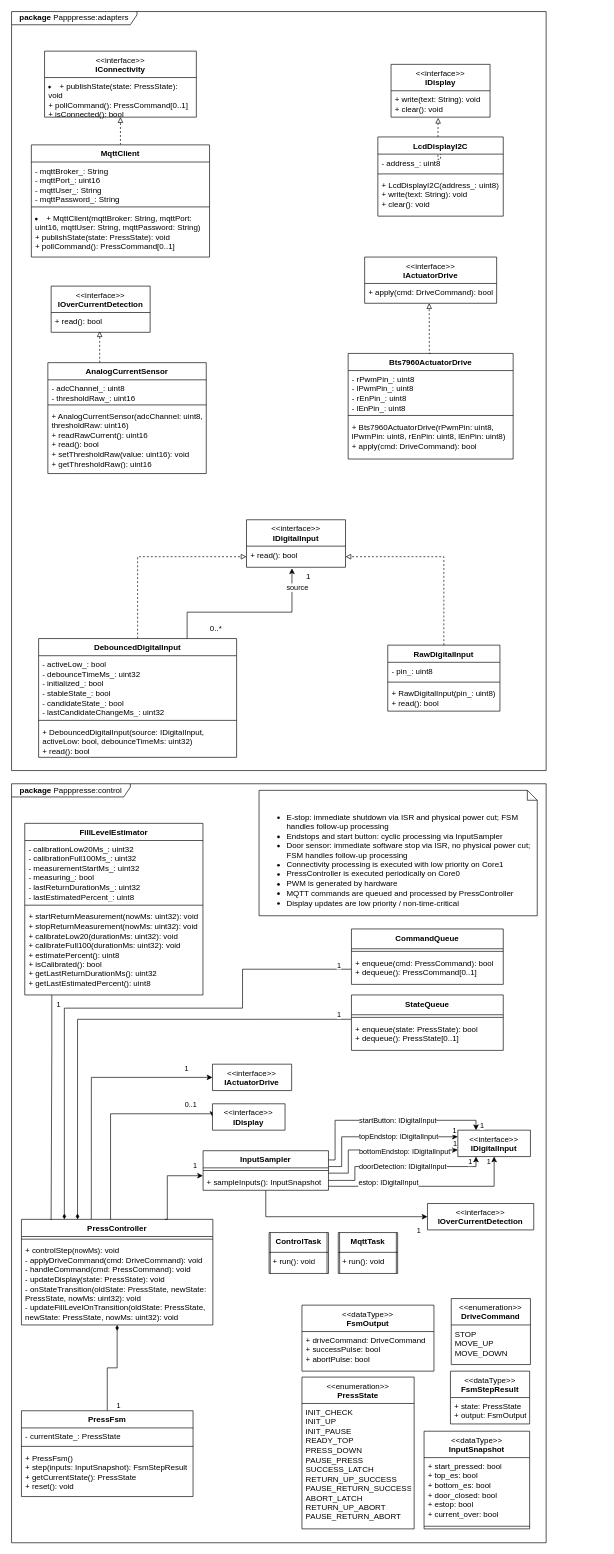
Above: diagrams/class diagramm Papppresse.drawio in niklasdathe/Papppresse (draw.io), before the change. Source tidied: cells renumbered, new cells numbered last; positions are measured from the earlier drawing's top-left corner, leaving out a move shared by most shapes. Both pictures are drawn from the tidied source at 66%, with x=0, y=0 at pixel (11, 11).
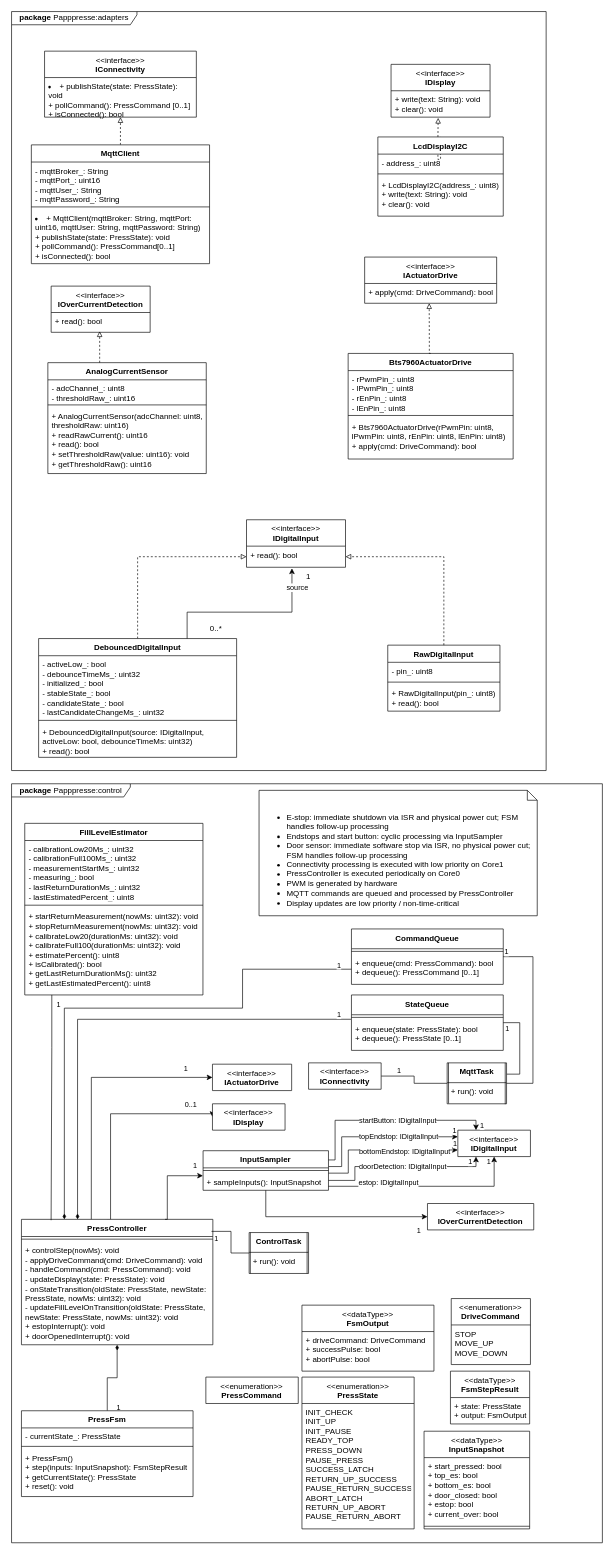
After the change.

The change refers to these unchanged cells:
```xml
<mxCell id="2" value="&lt;b&gt;package&amp;nbsp;&lt;/b&gt;Papppresse:adapters" style="shape=umlFrame;whiteSpace=wrap;html=1;width=190;height=20;" parent="1" vertex="1">
  <mxGeometry width="810" height="1150" as="geometry" />
</mxCell>
<mxCell id="38" value="&lt;div&gt;&lt;span style=&quot;font-weight: 400;&quot;&gt;&amp;lt;&amp;lt;interface&amp;gt;&amp;gt;&lt;/span&gt;&lt;/div&gt;IConnectivity" style="swimlane;fontStyle=1;align=center;verticalAlign=top;horizontal=1;startSize=40;whiteSpace=wrap;html=1;" parent="2" vertex="1">
  <mxGeometry x="50" y="60" width="230" height="100" as="geometry" />
</mxCell>
<mxCell id="78" value="&lt;div&gt;&lt;span style=&quot;background-color: transparent; color: light-dark(rgb(0, 0, 0), rgb(255, 255, 255));&quot;&gt;CommandQueue&lt;/span&gt;&lt;/div&gt;" style="swimlane;fontStyle=1;align=center;verticalAlign=top;horizontal=1;startSize=30;whiteSpace=wrap;html=1;" parent="47" vertex="1">
  <mxGeometry x="515" y="220" width="230" height="84" as="geometry" />
</mxCell>
<mxCell id="110" value="&lt;div&gt;&lt;span style=&quot;background-color: transparent; color: light-dark(rgb(0, 0, 0), rgb(255, 255, 255));&quot;&gt;StateQueue&lt;/span&gt;&lt;/div&gt;" style="swimlane;fontStyle=1;align=center;verticalAlign=top;horizontal=1;startSize=30;whiteSpace=wrap;html=1;" parent="47" vertex="1">
  <mxGeometry x="515" y="320" width="230" height="84" as="geometry" />
</mxCell>
```

Diff of the diagram source:
```diff
@@
     <mxCell id="34" value="MqttClient" style="swimlane;fontStyle=1;align=center;verticalAlign=top;horizontal=1;startSize=26;whiteSpace=wrap;html=1;" parent="2" vertex="1">
-      <mxGeometry x="30" y="202" width="270" height="170" as="geometry" />
+      <mxGeometry x="30" y="202" width="270" height="180" as="geometry" />
     </mxCell>
@@
-    <mxCell id="37" value="&lt;li&gt;+ MqttClient(mqttBroker: String, mqttPort: uint16, mqttUser: String, mqttPassword: String)&lt;br&gt;+ publishState(state: PressState): void&lt;br&gt;+ pollCommand(): PressCommand[0..1]&lt;/li&gt;" style="text;strokeColor=none;fillColor=none;align=left;verticalAlign=top;spacingLeft=4;spacingRight=4;overflow=hidden;whiteSpace=wrap;html=1;" parent="34" vertex="1">
-      <mxGeometry y="98" width="270" height="72" as="geometry" />
+    <mxCell id="37" value="&lt;li&gt;+ MqttClient(mqttBroker: String, mqttPort: uint16, mqttUser: String, mqttPassword: String)&lt;br&gt;+ publishState(state: PressState): void&lt;br&gt;+ pollCommand(): PressCommand[0..1]&lt;br&gt;+ isConnected(): bool&lt;/li&gt;" style="text;strokeColor=none;fillColor=none;align=left;verticalAlign=top;spacingLeft=4;spacingRight=4;overflow=hidden;whiteSpace=wrap;html=1;" parent="34" vertex="1">
+      <mxGeometry y="98" width="270" height="82" as="geometry" />
     </mxCell>
@@
-    <mxCell id="39" value="&lt;li&gt;+ publishState(state: PressState): void&lt;br&gt;+ pollCommand(): PressCommand[0..1]&lt;br&gt;+ isConnected(): bool&lt;/li&gt;" style="text;strokeColor=none;fillColor=none;align=left;verticalAlign=top;spacingLeft=4;spacingRight=4;overflow=hidden;whiteSpace=wrap;html=1;" parent="38" vertex="1">
+    <mxCell id="39" value="&lt;li&gt;+ publishState(state: PressState): void&lt;br&gt;+ pollCommand(): PressCommand [0..1]&lt;br&gt;+ isConnected(): bool&lt;/li&gt;" style="text;strokeColor=none;fillColor=none;align=left;verticalAlign=top;spacingLeft=4;spacingRight=4;overflow=hidden;whiteSpace=wrap;html=1;" parent="38" vertex="1">
       <mxGeometry y="40" width="230" height="60" as="geometry" />
     </mxCell>
@@
     <mxCell id="47" value="&lt;b&gt;package&amp;nbsp;&lt;/b&gt;Papppresse:control" style="shape=umlFrame;whiteSpace=wrap;html=1;width=180;height=20;" parent="1" vertex="1">
-      <mxGeometry y="1170" width="810" height="1150" as="geometry" />
+      <mxGeometry y="1170" width="895.2" height="1150" as="geometry" />
     </mxCell>
@@
     <mxCell id="55" value="PressController" style="swimlane;fontStyle=1;align=center;verticalAlign=top;horizontal=1;startSize=26;whiteSpace=wrap;html=1;strokeWidth=1;" parent="47" vertex="1">
-      <mxGeometry x="15" y="660" width="290" height="160" as="geometry" />
+      <mxGeometry x="15" y="660" width="290" height="190" as="geometry" />
     </mxCell>
@@
-    <mxCell id="57" value="+ controlStep(&lt;span style=&quot;font-size: 11px; text-wrap-mode: nowrap; background-color: rgb(255, 255, 255);&quot;&gt;nowMs&lt;/span&gt;): void&lt;br&gt;- applyDriveCommand(cmd: DriveCommand): void&lt;br&gt;- handleCommand(cmd: PressCommand): void&lt;br&gt;- updateDisplay(state: PressState): void&lt;br&gt;&lt;div&gt;- onStateTransition(oldState: PressState, newState: PressState,&amp;nbsp;&lt;span style=&quot;background-color: transparent; color: light-dark(rgb(0, 0, 0), rgb(255, 255, 255));&quot;&gt;nowMs: uint32&lt;/span&gt;&lt;span style=&quot;background-color: transparent; color: light-dark(rgb(0, 0, 0), rgb(255, 255, 255));&quot;&gt;): void&lt;/span&gt;&lt;/div&gt;&lt;div&gt;- updateFillLevelOnTransition(oldState: PressState, newState: PressState, nowMs: uint32): void&lt;/div&gt;" style="text;strokeColor=none;fillColor=none;align=left;verticalAlign=top;spacingLeft=4;spacingRight=4;overflow=hidden;whiteSpace=wrap;html=1;strokeWidth=2;" parent="55" vertex="1">
-      <mxGeometry y="34" width="290" height="126" as="geometry" />
+    <mxCell id="57" value="+ controlStep(&lt;span style=&quot;font-size: 11px; text-wrap-mode: nowrap; background-color: rgb(255, 255, 255);&quot;&gt;nowMs&lt;/span&gt;): void&lt;br&gt;- applyDriveCommand(cmd: DriveCommand): void&lt;br&gt;- handleCommand(cmd: PressCommand): void&lt;br&gt;- updateDisplay(state: PressState): void&lt;br&gt;&lt;div&gt;- onStateTransition(oldState: PressState, newState: PressState,&amp;nbsp;&lt;span style=&quot;background-color: transparent; color: light-dark(rgb(0, 0, 0), rgb(255, 255, 255));&quot;&gt;nowMs: uint32&lt;/span&gt;&lt;span style=&quot;background-color: transparent; color: light-dark(rgb(0, 0, 0), rgb(255, 255, 255));&quot;&gt;): void&lt;/span&gt;&lt;/div&gt;&lt;div&gt;- updateFillLevelOnTransition(oldState: PressState, newState: PressState, nowMs: uint32): void&lt;/div&gt;&lt;div&gt;+ estopInterrupt(): void&lt;/div&gt;&lt;div&gt;+ doorOpenedInterrupt(): void&lt;/div&gt;&lt;div&gt;&lt;br&gt;&lt;/div&gt;" style="text;strokeColor=none;fillColor=none;align=left;verticalAlign=top;spacingLeft=4;spacingRight=4;overflow=hidden;whiteSpace=wrap;html=1;strokeWidth=2;" parent="55" vertex="1">
+      <mxGeometry y="34" width="290" height="156" as="geometry" />
     </mxCell>
@@
-    <mxCell id="80" value="+ enqueue(cmd: PressCommand): bool&lt;br&gt;+ dequeue(): PressCommand[0..1]" style="text;strokeColor=none;fillColor=none;align=left;verticalAlign=top;spacingLeft=4;spacingRight=4;overflow=hidden;points=[[0,0.5],[1,0.5]];portConstraint=eastwest;whiteSpace=wrap;html=1;" parent="78" vertex="1">
+    <mxCell id="80" value="+ enqueue(cmd: PressCommand): bool&lt;br&gt;+ dequeue(): PressCommand [0..1]" style="text;strokeColor=none;fillColor=none;align=left;verticalAlign=top;spacingLeft=4;spacingRight=4;overflow=hidden;points=[[0,0.5],[1,0.5]];portConstraint=eastwest;whiteSpace=wrap;html=1;" parent="78" vertex="1">
       <mxGeometry y="38" width="230" height="46" as="geometry" />
     </mxCell>
@@
-    <mxCell id="112" value="+ enqueue(state: PressState): bool&lt;br&gt;+ dequeue(): PressState[0..1]" style="text;strokeColor=none;fillColor=none;align=left;verticalAlign=top;spacingLeft=4;spacingRight=4;overflow=hidden;points=[[0,0.5],[1,0.5]];portConstraint=eastwest;whiteSpace=wrap;html=1;" parent="110" vertex="1">
+    <mxCell id="112" value="+ enqueue(state: PressState): bool&lt;br&gt;+ dequeue(): PressState [0..1]" style="text;strokeColor=none;fillColor=none;align=left;verticalAlign=top;spacingLeft=4;spacingRight=4;overflow=hidden;points=[[0,0.5],[1,0.5]];portConstraint=eastwest;whiteSpace=wrap;html=1;" parent="110" vertex="1">
       <mxGeometry y="38" width="230" height="46" as="geometry" />
     </mxCell>
@@
     <mxCell id="115" value="&lt;div&gt;&lt;span style=&quot;background-color: transparent; color: light-dark(rgb(0, 0, 0), rgb(255, 255, 255));&quot;&gt;ControlTask&lt;/span&gt;&lt;/div&gt;" style="swimlane;fontStyle=1;align=center;verticalAlign=top;horizontal=1;startSize=30;whiteSpace=wrap;html=1;" parent="47" vertex="1">
-      <mxGeometry x="390.2" y="680" width="90" height="62" as="geometry" />
+      <mxGeometry x="360" y="680" width="90" height="62" as="geometry" />
     </mxCell>
@@
+    <mxCell id="123" style="edgeStyle=orthogonalEdgeStyle;rounded=0;jettySize=auto;html=1;entryX=0.993;entryY=0.096;entryDx=0;entryDy=0;entryPerimeter=0;endArrow=none;endFill=0;" parent="47" edge="1" source="115" target="55">
+      <mxGeometry relative="1" as="geometry" />
+    </mxCell>
+    <mxCell id="124" value="1" style="edgeLabel;html=1;align=center;verticalAlign=middle;" parent="123" vertex="1">
+      <mxGeometry x="0.76" y="-1" relative="1" as="geometry">
+        <mxPoint x="-4" y="12" as="offset" />
+      </mxGeometry>
+    </mxCell>
+    <mxCell id="125" style="edgeStyle=orthogonalEdgeStyle;rounded=0;jettySize=auto;html=1;endArrow=none;endFill=0;" parent="47" edge="1" source="119" target="131">
+      <mxGeometry relative="1" as="geometry" />
+    </mxCell>
+    <mxCell id="126" value="1" style="edgeLabel;html=1;align=center;verticalAlign=middle;" parent="125" vertex="1">
+      <mxGeometry x="0.63" y="1" relative="1" as="geometry">
+        <mxPoint x="5" y="-10" as="offset" />
+      </mxGeometry>
+    </mxCell>
+    <mxCell id="127" style="edgeStyle=orthogonalEdgeStyle;rounded=0;jettySize=auto;html=1;entryX=1;entryY=0.5;entryDx=0;entryDy=0;endArrow=none;endFill=0;" parent="47" edge="1" source="119" target="110">
+      <mxGeometry relative="1" as="geometry">
+        <Array as="points">
+          <mxPoint x="770" y="440" />
+          <mxPoint x="770" y="362" />
+        </Array>
+      </mxGeometry>
+    </mxCell>
+    <mxCell id="128" value="1" style="edgeLabel;html=1;align=center;verticalAlign=middle;" parent="127" vertex="1">
+      <mxGeometry x="0.75" y="-2" relative="1" as="geometry">
+        <mxPoint x="-10" y="10" as="offset" />
+      </mxGeometry>
+    </mxCell>
+    <mxCell id="129" style="edgeStyle=orthogonalEdgeStyle;rounded=0;jettySize=auto;html=1;endArrow=none;endFill=0;" parent="47" edge="1" source="119" target="78">
+      <mxGeometry relative="1" as="geometry">
+        <Array as="points">
+          <mxPoint x="790" y="454" />
+          <mxPoint x="790" y="262" />
+        </Array>
+      </mxGeometry>
+    </mxCell>
+    <mxCell id="130" value="1" style="edgeLabel;html=1;align=center;verticalAlign=middle;" parent="129" vertex="1">
+      <mxGeometry x="0.92" y="-1" relative="1" as="geometry">
+        <mxPoint x="-6" y="-7" as="offset" />
+      </mxGeometry>
+    </mxCell>
     <mxCell id="119" value="&lt;div&gt;&lt;span style=&quot;background-color: transparent; color: light-dark(rgb(0, 0, 0), rgb(255, 255, 255));&quot;&gt;MqttTask&lt;/span&gt;&lt;/div&gt;" style="swimlane;fontStyle=1;align=center;verticalAlign=top;horizontal=1;startSize=30;whiteSpace=wrap;html=1;swimlaneFillColor=none;" parent="47" vertex="1">
-      <mxGeometry x="495" y="680" width="90" height="62" as="geometry" />
+      <mxGeometry x="660" y="422.9" width="90" height="62" as="geometry" />
     </mxCell>
+    <mxCell id="122" style="endArrow=none;html=1;rounded=0;entryX=0.978;entryY=-0.009;entryDx=0;entryDy=0;entryPerimeter=0;" parent="119" edge="1">
+      <mxGeometry relative="1" as="geometry">
+        <mxPoint x="88" y="62.6" as="sourcePoint" />
+        <mxPoint x="88" as="targetPoint" />
+      </mxGeometry>
+    </mxCell>
@@
-    <mxCell id="122" style="endArrow=none;html=1;rounded=0;entryX=0.042;entryY=-0.002;entryDx=0;entryDy=0;entryPerimeter=0;" parent="1" edge="1">
-      <mxGeometry relative="1" as="geometry">
-        <mxPoint x="583" y="1912" as="sourcePoint" />
-        <mxPoint x="583" y="1850" as="targetPoint" />
-      </mxGeometry>
-    </mxCell>
+    <mxCell id="131" value="&lt;div&gt;&lt;span style=&quot;font-weight: 400;&quot;&gt;&amp;lt;&amp;lt;interface&amp;gt;&amp;gt;&lt;/span&gt;&lt;/div&gt;IConnectivity" style="swimlane;fontStyle=1;align=center;verticalAlign=top;horizontal=1;startSize=40;whiteSpace=wrap;html=1;" parent="47" vertex="1" collapsed="1">
+      <mxGeometry x="450" y="422.9" width="110" height="40" as="geometry" />
+    </mxCell>
+    <mxCell id="132" value="&lt;div&gt;&lt;span style=&quot;font-weight: 400;&quot;&gt;&amp;lt;&amp;lt;enumeration&amp;gt;&amp;gt;&lt;/span&gt;&lt;/div&gt;PressCommand" style="swimlane;fontStyle=1;align=center;verticalAlign=top;horizontal=1;startSize=40;whiteSpace=wrap;html=1;" parent="47" vertex="1" collapsed="1">
+      <mxGeometry x="294.4" y="899" width="140" height="40" as="geometry" />
+    </mxCell>
```
